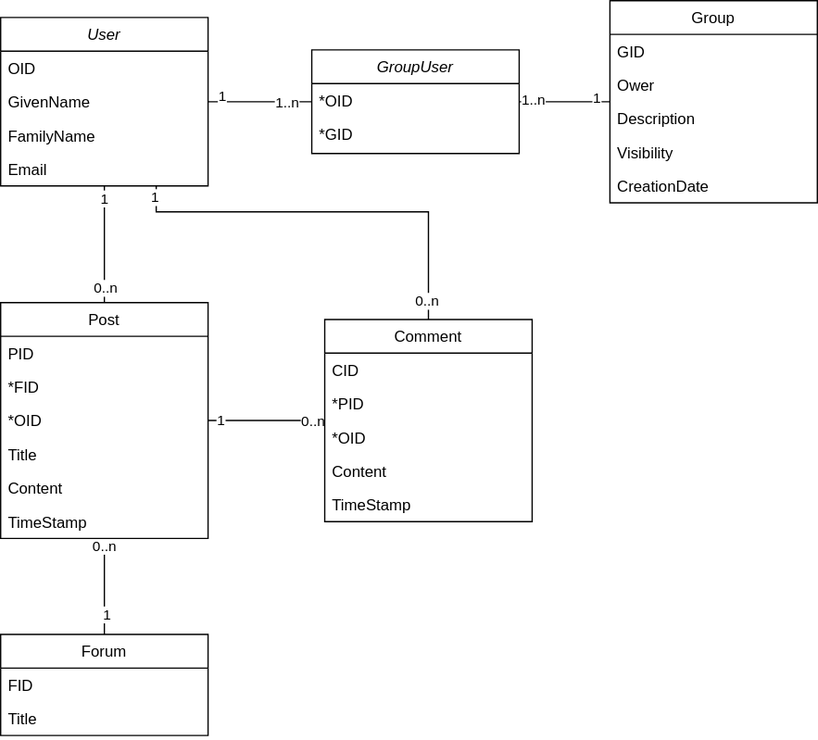
The draw.io diagram image/database/database.svg in StudyConnect-ZHAW/StudyConnect, before a commit. Source tidied: cells renumbered, new cells last; positions are measured from the earlier drawing's top-left corner, leaving out a move shared by most shapes.
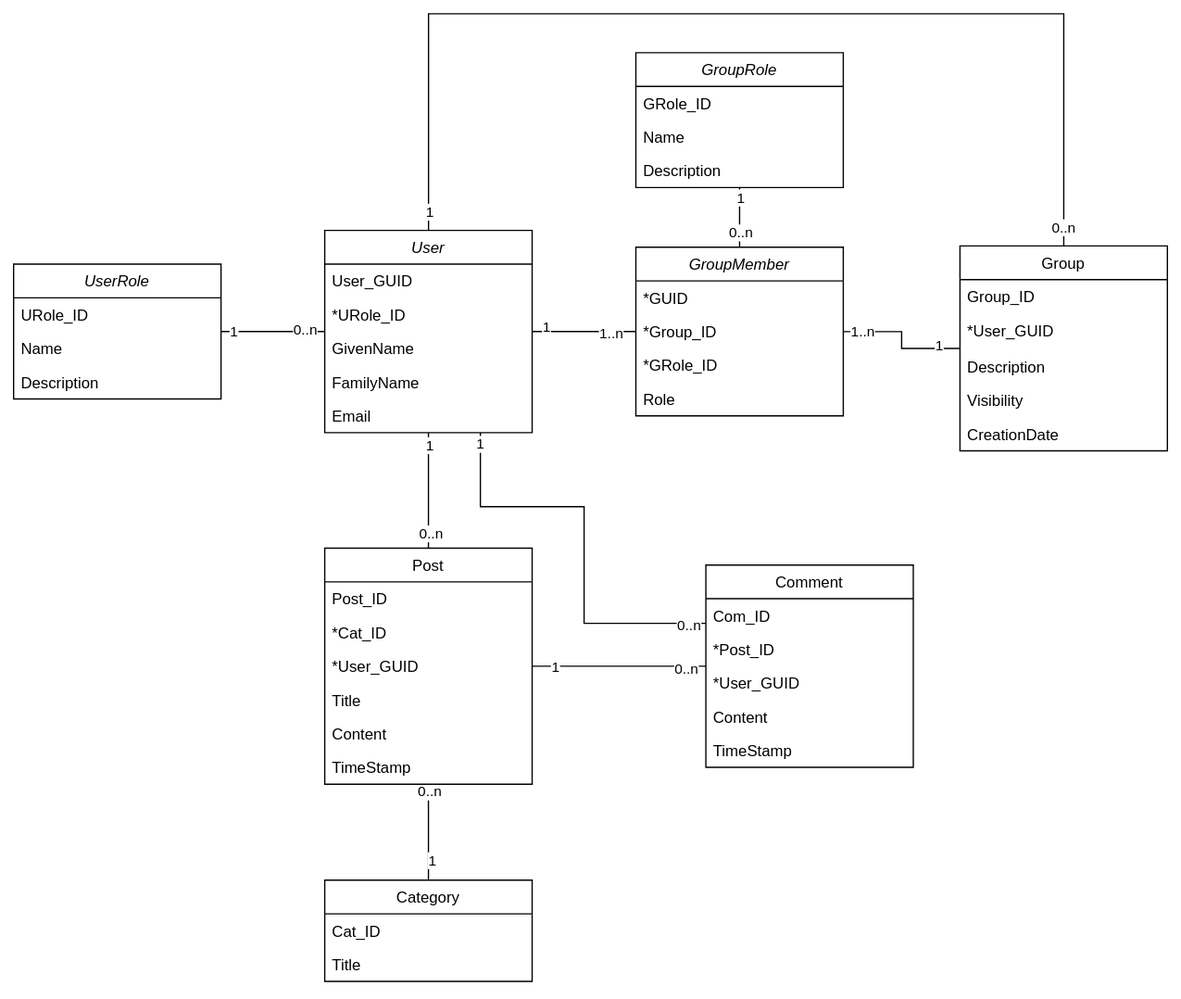
Later version of the same file.

Commit message:
Updating Database schema

Change to the diagram source:
```diff
@@ -24,11 +24,12 @@
     <mxCell id="7" value="0..n" style="edgeLabel;html=1;align=center;verticalAlign=middle;" parent="5" vertex="1">
       <mxGeometry x="0.74" y="1" relative="1" as="geometry" />
     </mxCell>
-    <mxCell id="8" style="edgeStyle=orthogonalEdgeStyle;rounded=0;jettySize=auto;html=1;entryX=0.5;entryY=0;entryDx=0;entryDy=0;endArrow=none;startFill=0;" parent="1" edge="1" source="11" target="41">
+    <mxCell id="8" style="edgeStyle=orthogonalEdgeStyle;rounded=0;jettySize=auto;html=1;endArrow=none;startFill=0;" parent="1" edge="1" source="11" target="41">
       <mxGeometry relative="1" as="geometry">
         <Array as="points">
-          <mxPoint x="120" y="163" />
-          <mxPoint x="330" y="163" />
+          <mxPoint x="120" y="380" />
+          <mxPoint x="200" y="380" />
+          <mxPoint x="200" y="470" />
         </Array>
       </mxGeometry>
     </mxCell>
@@ -36,22 +37,41 @@
       <mxGeometry x="-0.95" y="-1" relative="1" as="geometry" />
     </mxCell>
     <mxCell id="10" value="0..n" style="edgeLabel;html=1;align=center;verticalAlign=middle;" parent="8" vertex="1">
-      <mxGeometry x="0.91" y="-1" relative="1" as="geometry" />
+      <mxGeometry x="0.91" y="-1" relative="1" as="geometry">
+        <mxPoint x="1" as="offset" />
+      </mxGeometry>
     </mxCell>
+    <mxCell id="50" style="edgeStyle=orthogonalEdgeStyle;rounded=0;jettySize=auto;html=1;endArrow=none;startFill=0;" parent="1" edge="1" source="11" target="25">
+      <mxGeometry relative="1" as="geometry">
+        <Array as="points">
+          <mxPoint x="80" />
+          <mxPoint x="570" />
+        </Array>
+      </mxGeometry>
+    </mxCell>
+    <mxCell id="51" value="1" style="edgeLabel;html=1;align=center;verticalAlign=middle;" parent="50" vertex="1">
+      <mxGeometry x="-0.97" relative="1" as="geometry" />
+    </mxCell>
+    <mxCell id="52" value="0..n" style="edgeLabel;html=1;align=center;verticalAlign=middle;" parent="50" vertex="1">
+      <mxGeometry x="0.96" y="-1" relative="1" as="geometry" />
+    </mxCell>
     <mxCell id="11" value="User" style="swimlane;fontStyle=2;align=center;verticalAlign=top;horizontal=1;startSize=26;rounded=0;shadow=0;strokeWidth=1;" parent="1" vertex="1">
-      <mxGeometry y="13" width="160" height="130" as="geometry" />
+      <mxGeometry y="167" width="160" height="156" as="geometry" />
     </mxCell>
-    <mxCell id="12" value="OID" style="text;align=left;verticalAlign=top;spacingLeft=4;spacingRight=4;overflow=hidden;" parent="11" vertex="1">
+    <mxCell id="12" value="User_GUID" style="text;align=left;verticalAlign=top;spacingLeft=4;spacingRight=4;overflow=hidden;" parent="11" vertex="1">
       <mxGeometry y="26" width="160" height="26" as="geometry" />
     </mxCell>
+    <mxCell id="53" value="*URole_ID" style="text;align=left;verticalAlign=top;spacingLeft=4;spacingRight=4;overflow=hidden;" parent="11" vertex="1">
+      <mxGeometry y="52" width="160" height="26" as="geometry" />
+    </mxCell>
     <mxCell id="13" value="GivenName" style="text;align=left;verticalAlign=top;spacingLeft=4;spacingRight=4;overflow=hidden;rounded=0;shadow=0;html=0;" parent="11" vertex="1">
-      <mxGeometry y="52" width="160" height="26" as="geometry" />
+      <mxGeometry y="78" width="160" height="26" as="geometry" />
     </mxCell>
     <mxCell id="14" value="FamilyName" style="text;align=left;verticalAlign=top;spacingLeft=4;spacingRight=4;overflow=hidden;rounded=0;shadow=0;html=0;" parent="11" vertex="1">
-      <mxGeometry y="78" width="160" height="26" as="geometry" />
+      <mxGeometry y="104" width="160" height="26" as="geometry" />
     </mxCell>
     <mxCell id="15" value="Email" style="text;align=left;verticalAlign=top;spacingLeft=4;spacingRight=4;overflow=hidden;rounded=0;shadow=0;html=0;" parent="11" vertex="1">
-      <mxGeometry y="104" width="160" height="26" as="geometry" />
+      <mxGeometry y="130" width="160" height="26" as="geometry" />
     </mxCell>
     <mxCell id="16" style="edgeStyle=orthogonalEdgeStyle;rounded=0;jettySize=auto;html=1;endArrow=none;startFill=0;" parent="1" edge="1" source="19" target="34">
       <mxGeometry relative="1" as="geometry" />
@@ -64,10 +84,10 @@
         <mxPoint y="-13" as="offset" />
       </mxGeometry>
     </mxCell>
-    <mxCell id="19" value="Forum" style="swimlane;fontStyle=0;align=center;verticalAlign=top;horizontal=1;startSize=26;rounded=0;shadow=0;strokeWidth=1;" parent="1" vertex="1">
-      <mxGeometry y="489" width="160" height="78" as="geometry" />
+    <mxCell id="19" value="Category" style="swimlane;fontStyle=0;align=center;verticalAlign=top;horizontal=1;startSize=26;rounded=0;shadow=0;strokeWidth=1;" parent="1" vertex="1">
+      <mxGeometry y="668" width="160" height="78" as="geometry" />
     </mxCell>
-    <mxCell id="20" value="FID" style="text;align=left;verticalAlign=top;spacingLeft=4;spacingRight=4;overflow=hidden;" parent="19" vertex="1">
+    <mxCell id="20" value="Cat_ID" style="text;align=left;verticalAlign=top;spacingLeft=4;spacingRight=4;overflow=hidden;" parent="19" vertex="1">
       <mxGeometry y="26" width="160" height="26" as="geometry" />
     </mxCell>
     <mxCell id="21" value="Title" style="text;align=left;verticalAlign=top;spacingLeft=4;spacingRight=4;overflow=hidden;" parent="19" vertex="1">
@@ -85,22 +105,22 @@
       <mxGeometry x="-0.68" y="-3" relative="1" as="geometry" />
     </mxCell>
     <mxCell id="25" value="Group" style="swimlane;fontStyle=0;align=center;verticalAlign=top;horizontal=1;startSize=26;rounded=0;shadow=0;strokeWidth=1;" parent="1" vertex="1">
-      <mxGeometry x="470" width="160" height="156" as="geometry" />
+      <mxGeometry x="490" y="179" width="160" height="158" as="geometry" />
     </mxCell>
-    <mxCell id="26" value="GID" style="text;align=left;verticalAlign=top;spacingLeft=4;spacingRight=4;overflow=hidden;rounded=0;shadow=0;html=0;" parent="25" vertex="1">
+    <mxCell id="26" value="Group_ID" style="text;align=left;verticalAlign=top;spacingLeft=4;spacingRight=4;overflow=hidden;rounded=0;shadow=0;html=0;" parent="25" vertex="1">
       <mxGeometry y="26" width="160" height="26" as="geometry" />
     </mxCell>
-    <mxCell id="27" value="Ower" style="text;align=left;verticalAlign=top;spacingLeft=4;spacingRight=4;overflow=hidden;" parent="25" vertex="1">
-      <mxGeometry y="52" width="160" height="26" as="geometry" />
+    <mxCell id="27" value="*User_GUID" style="text;align=left;verticalAlign=top;spacingLeft=4;spacingRight=4;overflow=hidden;" parent="25" vertex="1">
+      <mxGeometry y="52" width="160" height="28" as="geometry" />
     </mxCell>
     <mxCell id="28" value="Description" style="text;align=left;verticalAlign=top;spacingLeft=4;spacingRight=4;overflow=hidden;rounded=0;shadow=0;html=0;" parent="25" vertex="1">
-      <mxGeometry y="78" width="160" height="26" as="geometry" />
+      <mxGeometry y="80" width="160" height="26" as="geometry" />
     </mxCell>
     <mxCell id="29" value="Visibility" style="text;align=left;verticalAlign=top;spacingLeft=4;spacingRight=4;overflow=hidden;rounded=0;shadow=0;html=0;" parent="25" vertex="1">
-      <mxGeometry y="104" width="160" height="26" as="geometry" />
+      <mxGeometry y="106" width="160" height="26" as="geometry" />
     </mxCell>
     <mxCell id="30" value="CreationDate" style="text;align=left;verticalAlign=top;spacingLeft=4;spacingRight=4;overflow=hidden;rounded=0;shadow=0;html=0;" parent="25" vertex="1">
-      <mxGeometry y="130" width="160" height="26" as="geometry" />
+      <mxGeometry y="132" width="160" height="26" as="geometry" />
     </mxCell>
     <mxCell id="31" style="edgeStyle=orthogonalEdgeStyle;rounded=0;jettySize=auto;html=1;endArrow=none;startFill=0;" parent="1" edge="1" source="34" target="41">
       <mxGeometry relative="1" as="geometry" />
@@ -116,15 +136,15 @@
       </mxGeometry>
     </mxCell>
     <mxCell id="34" value="Post" style="swimlane;fontStyle=0;align=center;verticalAlign=top;horizontal=1;startSize=26;rounded=0;shadow=0;strokeWidth=1;" parent="1" vertex="1">
-      <mxGeometry y="233" width="160" height="182" as="geometry" />
+      <mxGeometry y="412" width="160" height="182" as="geometry" />
     </mxCell>
-    <mxCell id="35" value="PID" style="text;align=left;verticalAlign=top;spacingLeft=4;spacingRight=4;overflow=hidden;" parent="34" vertex="1">
+    <mxCell id="35" value="Post_ID" style="text;align=left;verticalAlign=top;spacingLeft=4;spacingRight=4;overflow=hidden;" parent="34" vertex="1">
       <mxGeometry y="26" width="160" height="26" as="geometry" />
     </mxCell>
-    <mxCell id="36" value="*FID" style="text;align=left;verticalAlign=top;spacingLeft=4;spacingRight=4;overflow=hidden;" parent="34" vertex="1">
+    <mxCell id="36" value="*Cat_ID" style="text;align=left;verticalAlign=top;spacingLeft=4;spacingRight=4;overflow=hidden;" parent="34" vertex="1">
       <mxGeometry y="52" width="160" height="26" as="geometry" />
     </mxCell>
-    <mxCell id="37" value="*OID" style="text;align=left;verticalAlign=top;spacingLeft=4;spacingRight=4;overflow=hidden;" parent="34" vertex="1">
+    <mxCell id="37" value="*User_GUID" style="text;align=left;verticalAlign=top;spacingLeft=4;spacingRight=4;overflow=hidden;" parent="34" vertex="1">
       <mxGeometry y="78" width="160" height="26" as="geometry" />
     </mxCell>
     <mxCell id="38" value="Title" style="text;align=left;verticalAlign=top;spacingLeft=4;spacingRight=4;overflow=hidden;" parent="34" vertex="1">
@@ -137,15 +157,15 @@
       <mxGeometry y="156" width="160" height="26" as="geometry" />
     </mxCell>
     <mxCell id="41" value="Comment" style="swimlane;fontStyle=0;align=center;verticalAlign=top;horizontal=1;startSize=26;rounded=0;shadow=0;strokeWidth=1;" parent="1" vertex="1">
-      <mxGeometry x="250" y="246" width="160" height="156" as="geometry" />
+      <mxGeometry x="294" y="425" width="160" height="156" as="geometry" />
     </mxCell>
-    <mxCell id="42" value="CID" style="text;align=left;verticalAlign=top;spacingLeft=4;spacingRight=4;overflow=hidden;" parent="41" vertex="1">
+    <mxCell id="42" value="Com_ID" style="text;align=left;verticalAlign=top;spacingLeft=4;spacingRight=4;overflow=hidden;" parent="41" vertex="1">
       <mxGeometry y="26" width="160" height="26" as="geometry" />
     </mxCell>
-    <mxCell id="43" value="*PID" style="text;align=left;verticalAlign=top;spacingLeft=4;spacingRight=4;overflow=hidden;" parent="41" vertex="1">
+    <mxCell id="43" value="*Post_ID" style="text;align=left;verticalAlign=top;spacingLeft=4;spacingRight=4;overflow=hidden;" parent="41" vertex="1">
       <mxGeometry y="52" width="160" height="26" as="geometry" />
     </mxCell>
-    <mxCell id="44" value="*OID" style="text;align=left;verticalAlign=top;spacingLeft=4;spacingRight=4;overflow=hidden;" parent="41" vertex="1">
+    <mxCell id="44" value="*User_GUID" style="text;align=left;verticalAlign=top;spacingLeft=4;spacingRight=4;overflow=hidden;" parent="41" vertex="1">
       <mxGeometry y="78" width="160" height="26" as="geometry" />
     </mxCell>
     <mxCell id="45" value="Content" style="text;align=left;verticalAlign=top;spacingLeft=4;spacingRight=4;overflow=hidden;" parent="41" vertex="1">
@@ -154,14 +174,68 @@
     <mxCell id="46" value="TimeStamp" style="text;align=left;verticalAlign=top;spacingLeft=4;spacingRight=4;overflow=hidden;" parent="41" vertex="1">
       <mxGeometry y="130" width="160" height="26" as="geometry" />
     </mxCell>
-    <mxCell id="47" value="GroupUser" style="swimlane;fontStyle=2;align=center;verticalAlign=top;horizontal=1;startSize=26;rounded=0;shadow=0;strokeWidth=1;" parent="1" vertex="1">
-      <mxGeometry x="240" y="38" width="160" height="80" as="geometry" />
+    <mxCell id="47" value="GroupMember" style="swimlane;fontStyle=2;align=center;verticalAlign=top;horizontal=1;startSize=26;rounded=0;shadow=0;strokeWidth=1;" parent="1" vertex="1">
+      <mxGeometry x="240" y="180" width="160" height="130" as="geometry" />
     </mxCell>
-    <mxCell id="48" value="*OID" style="text;align=left;verticalAlign=top;spacingLeft=4;spacingRight=4;overflow=hidden;" parent="47" vertex="1">
+    <mxCell id="48" value="*GUID" style="text;align=left;verticalAlign=top;spacingLeft=4;spacingRight=4;overflow=hidden;" parent="47" vertex="1">
       <mxGeometry y="26" width="160" height="26" as="geometry" />
     </mxCell>
-    <mxCell id="49" value="*GID" style="text;align=left;verticalAlign=top;spacingLeft=4;spacingRight=4;overflow=hidden;rounded=0;shadow=0;html=0;" parent="47" vertex="1">
+    <mxCell id="49" value="*Group_ID" style="text;align=left;verticalAlign=top;spacingLeft=4;spacingRight=4;overflow=hidden;rounded=0;shadow=0;html=0;" parent="47" vertex="1">
       <mxGeometry y="52" width="160" height="26" as="geometry" />
     </mxCell>
+    <mxCell id="54" value="*GRole_ID" style="text;align=left;verticalAlign=top;spacingLeft=4;spacingRight=4;overflow=hidden;rounded=0;shadow=0;html=0;" parent="47" vertex="1">
+      <mxGeometry y="78" width="160" height="26" as="geometry" />
+    </mxCell>
+    <mxCell id="55" value="Role" style="text;align=left;verticalAlign=top;spacingLeft=4;spacingRight=4;overflow=hidden;rounded=0;shadow=0;html=0;" parent="47" vertex="1">
+      <mxGeometry y="104" width="160" height="26" as="geometry" />
+    </mxCell>
+    <mxCell id="56" style="edgeStyle=orthogonalEdgeStyle;rounded=0;jettySize=auto;html=1;endArrow=none;startFill=0;" parent="1" edge="1" source="59" target="47">
+      <mxGeometry relative="1" as="geometry" />
+    </mxCell>
+    <mxCell id="57" value="1" style="edgeLabel;html=1;align=center;verticalAlign=middle;" parent="56" vertex="1">
+      <mxGeometry x="-0.69" y="2" relative="1" as="geometry">
+        <mxPoint x="-2" as="offset" />
+      </mxGeometry>
+    </mxCell>
+    <mxCell id="58" value="0..n" style="edgeLabel;html=1;align=center;verticalAlign=middle;" parent="56" vertex="1">
+      <mxGeometry x="0.69" relative="1" as="geometry">
+        <mxPoint y="-4" as="offset" />
+      </mxGeometry>
+    </mxCell>
+    <mxCell id="59" value="GroupRole" style="swimlane;fontStyle=2;align=center;verticalAlign=top;horizontal=1;startSize=26;rounded=0;shadow=0;strokeWidth=1;" parent="1" vertex="1">
+      <mxGeometry x="240" y="30" width="160" height="104" as="geometry" />
+    </mxCell>
+    <mxCell id="60" value="GRole_ID" style="text;align=left;verticalAlign=top;spacingLeft=4;spacingRight=4;overflow=hidden;" parent="59" vertex="1">
+      <mxGeometry y="26" width="160" height="26" as="geometry" />
+    </mxCell>
+    <mxCell id="61" value="Name" style="text;align=left;verticalAlign=top;spacingLeft=4;spacingRight=4;overflow=hidden;rounded=0;shadow=0;html=0;" parent="59" vertex="1">
+      <mxGeometry y="52" width="160" height="26" as="geometry" />
+    </mxCell>
+    <mxCell id="62" value="Description" style="text;align=left;verticalAlign=top;spacingLeft=4;spacingRight=4;overflow=hidden;rounded=0;shadow=0;html=0;" parent="59" vertex="1">
+      <mxGeometry y="78" width="160" height="26" as="geometry" />
+    </mxCell>
+    <mxCell id="63" style="edgeStyle=orthogonalEdgeStyle;rounded=0;jettySize=auto;html=1;endArrow=none;startFill=0;" parent="1" edge="1" source="66" target="11">
+      <mxGeometry relative="1" as="geometry" />
+    </mxCell>
+    <mxCell id="64" value="0..n" style="edgeLabel;html=1;align=center;verticalAlign=middle;" parent="63" vertex="1">
+      <mxGeometry x="0.63" y="2" relative="1" as="geometry" />
+    </mxCell>
+    <mxCell id="65" value="1" style="edgeLabel;html=1;align=center;verticalAlign=middle;" parent="63" vertex="1">
+      <mxGeometry x="-0.85" y="1" relative="1" as="geometry">
+        <mxPoint x="4" as="offset" />
+      </mxGeometry>
+    </mxCell>
+    <mxCell id="66" value="UserRole" style="swimlane;fontStyle=2;align=center;verticalAlign=top;horizontal=1;startSize=26;rounded=0;shadow=0;strokeWidth=1;" parent="1" vertex="1">
+      <mxGeometry x="-240" y="193" width="160" height="104" as="geometry" />
+    </mxCell>
+    <mxCell id="67" value="URole_ID" style="text;align=left;verticalAlign=top;spacingLeft=4;spacingRight=4;overflow=hidden;" parent="66" vertex="1">
+      <mxGeometry y="26" width="160" height="26" as="geometry" />
+    </mxCell>
+    <mxCell id="68" value="Name" style="text;align=left;verticalAlign=top;spacingLeft=4;spacingRight=4;overflow=hidden;rounded=0;shadow=0;html=0;" parent="66" vertex="1">
+      <mxGeometry y="52" width="160" height="26" as="geometry" />
+    </mxCell>
+    <mxCell id="69" value="Description" style="text;align=left;verticalAlign=top;spacingLeft=4;spacingRight=4;overflow=hidden;rounded=0;shadow=0;html=0;" parent="66" vertex="1">
+      <mxGeometry y="78" width="160" height="26" as="geometry" />
+    </mxCell>
   </root>
 </mxGraphModel>
```
